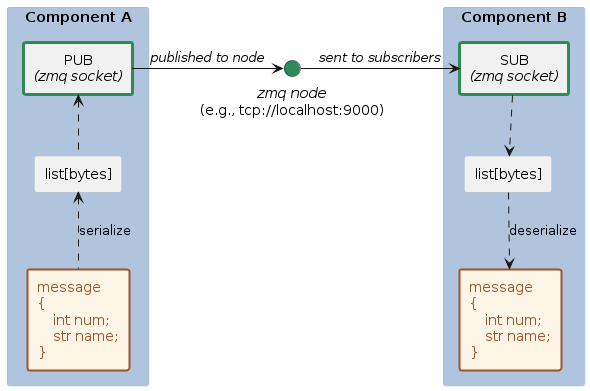
The PlantUML diagram docs/images/network_framework.png in nsulmol/afspm, before a commit.
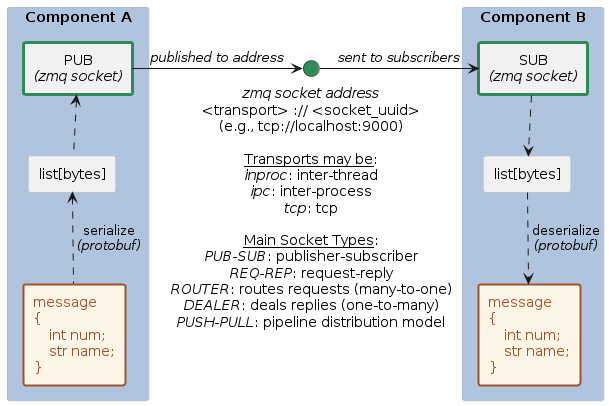
Above is the later version.

Change to the diagram source:
```diff
@@ -1,37 +1,52 @@
 @startuml
-!include style.puml
+  !include style.puml
 
-component "Component A" <<internal>> as comp_a {
-  component "PUB\n//(zmq socket)//" <<socket>> as socket_a
-  component proto_a <<message>> <<left>> [
-  message
-  {
-      int num;
-      str name;
+  component "Component A" <<internal>> as comp_a {
+    component "PUB\n//(zmq socket)//" <<socket>> as socket_a
+    component proto_a <<message>> <<left>> [
+    message
+    {
+        int num;
+        str name;
+    }
+    ]
+
+    component "list[bytes]" as bytes_a
+    proto_a .u.> bytes_a: " serialize\n// (protobuf)//"
+    bytes_a .u.> socket_a
   }
-  ]
 
-  component "list[bytes]" as bytes_a
-  proto_a .u.> bytes_a: serialize
-  bytes_a .u.> socket_a
-}
+  component "Component B" <<internal>> as comp_b {
+    component "SUB\n//(zmq socket)//" <<socket>> as socket_b
+    component proto_b <<message>> <<left>> [
+    message
+    {
+        int num;
+        str name;
+    }
+    ]
 
-component "Component B" <<internal>> as comp_b {
-  component "SUB\n//(zmq socket)//" <<socket>> as socket_b
-  component proto_b <<message>> <<left>> [
-  message
-  {
-      int num;
-      str name;
+    component "list[bytes]" as bytes_b
+    socket_b .d.> bytes_b
+    bytes_b .d.> proto_b: " deserialize\n// (protobuf)//"
   }
-  ]
 
-  component "list[bytes]" as bytes_b
-  socket_b .d.> bytes_b
-  bytes_b .d.> proto_b: "deserialize\t"
-}
+  interface addr <<node>> as "//zmq socket address//
+<transport> :// <socket_uuid>
+(e.g., tcp://localhost:9000)
 
-interface node <<node>> as "//zmq node//\n(e.g., tcp://localhost:9000)"
-socket_a --r--> node: "//published to node//"
-node --r--> socket_b: "//sent to subscribers//"
+__Transports may be__:
+//inproc//: inter-thread
+//ipc//: inter-process
+//tcp//: tcp
+
+__Main Socket Types__:
+//PUB-SUB//: publisher-subscriber
+//REQ-REP//: request-reply
+//ROUTER//: routes requests (many-to-one)
+//DEALER//: deals replies (one-to-many)
+//PUSH-PULL//: pipeline distribution model"
+
+  socket_a -r-> addr: "//published to address//"
+  addr -r-> socket_b: "//sent to subscribers//"
 @enduml
```
